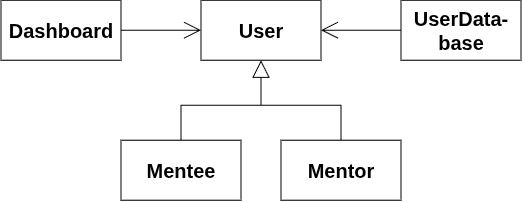
Before: docs/M4/assets/diagram/diagram-uc01.png, a diagram exported from draw.io (RPL-24/IF2150-RPL). Source tidied: cells renumbered, new cells last; positions are measured from the earlier drawing's top-left corner, leaving out a move shared by most shapes. Source of this version:
```xml
<mxGraphModel>
  <root>
    <mxCell id="0" />
    <mxCell id="1" parent="0" />
    <mxCell id="2" value="&lt;b&gt;&lt;font style=&quot;font-size: 20px;&quot;&gt;User&lt;/font&gt;&lt;/b&gt;" style="rounded=0;whiteSpace=wrap;html=1;" parent="1" vertex="1">
      <mxGeometry x="200" width="120" height="60" as="geometry" />
    </mxCell>
    <mxCell id="3" style="edgeStyle=orthogonalEdgeStyle;rounded=0;jettySize=auto;html=1;entryX=0.5;entryY=1;entryDx=0;entryDy=0;endArrow=block;endFill=0;startSize=14;endSize=15;" parent="1" edge="1" source="4" target="2">
      <mxGeometry relative="1" as="geometry" />
    </mxCell>
    <mxCell id="4" value="&lt;b&gt;&lt;font style=&quot;font-size: 20px;&quot;&gt;Mentee&lt;/font&gt;&lt;/b&gt;" style="rounded=0;whiteSpace=wrap;html=1;" parent="1" vertex="1">
      <mxGeometry x="120" y="140" width="120" height="60" as="geometry" />
    </mxCell>
    <mxCell id="5" value="&lt;b&gt;&lt;font style=&quot;font-size: 20px;&quot;&gt;Mentor&lt;/font&gt;&lt;/b&gt;" style="rounded=0;whiteSpace=wrap;html=1;" parent="1" vertex="1">
      <mxGeometry x="280" y="140" width="120" height="60" as="geometry" />
    </mxCell>
    <mxCell id="6" style="edgeStyle=orthogonalEdgeStyle;rounded=0;jettySize=auto;html=1;entryX=0.5;entryY=1;entryDx=0;entryDy=0;endArrow=block;endFill=0;startSize=14;endSize=15;exitX=0.5;exitY=0;exitDx=0;exitDy=0;" parent="1" edge="1" source="5" target="2">
      <mxGeometry relative="1" as="geometry" />
    </mxCell>
    <mxCell id="7" value="&lt;b&gt;&lt;font style=&quot;font-size: 20px;&quot;&gt;UserData-base&lt;/font&gt;&lt;/b&gt;" style="rounded=0;whiteSpace=wrap;html=1;" parent="1" vertex="1">
      <mxGeometry x="400" width="120" height="60" as="geometry" />
    </mxCell>
    <mxCell id="8" value="&lt;b&gt;&lt;font style=&quot;font-size: 20px;&quot;&gt;Dashboard&lt;/font&gt;&lt;/b&gt;" style="rounded=0;whiteSpace=wrap;html=1;" parent="1" vertex="1">
      <mxGeometry width="120" height="60" as="geometry" />
    </mxCell>
    <mxCell id="9" style="edgeStyle=orthogonalEdgeStyle;rounded=0;jettySize=auto;html=1;endArrow=open;endFill=0;startSize=14;endSize=15;exitX=0;exitY=0.5;exitDx=0;exitDy=0;entryX=1;entryY=0.5;entryDx=0;entryDy=0;" parent="1" edge="1" source="7" target="2">
      <mxGeometry relative="1" as="geometry" />
    </mxCell>
    <mxCell id="10" style="edgeStyle=orthogonalEdgeStyle;rounded=0;jettySize=auto;html=1;endArrow=open;endFill=0;startSize=14;endSize=15;entryX=0;entryY=0.5;entryDx=0;entryDy=0;exitX=1;exitY=0.5;exitDx=0;exitDy=0;" parent="1" edge="1" source="8" target="2">
      <mxGeometry relative="1" as="geometry" />
    </mxCell>
  </root>
</mxGraphModel>
```
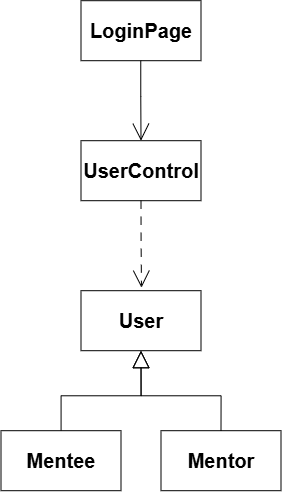
After the change.

Commit message:
docs: fixed missing and wrong id UC for classes, updated CD01

The edit, as a diff of the source:
```diff
@@ -17,17 +17,19 @@
     <mxCell id="6" style="edgeStyle=orthogonalEdgeStyle;rounded=0;jettySize=auto;html=1;entryX=0.5;entryY=1;entryDx=0;entryDy=0;endArrow=block;endFill=0;startSize=14;endSize=15;exitX=0.5;exitY=0;exitDx=0;exitDy=0;" parent="1" edge="1" source="5" target="2">
       <mxGeometry relative="1" as="geometry" />
     </mxCell>
-    <mxCell id="7" value="&lt;b&gt;&lt;font style=&quot;font-size: 20px;&quot;&gt;UserData-base&lt;/font&gt;&lt;/b&gt;" style="rounded=0;whiteSpace=wrap;html=1;" parent="1" vertex="1">
-      <mxGeometry x="400" width="120" height="60" as="geometry" />
-    </mxCell>
-    <mxCell id="8" value="&lt;b&gt;&lt;font style=&quot;font-size: 20px;&quot;&gt;Dashboard&lt;/font&gt;&lt;/b&gt;" style="rounded=0;whiteSpace=wrap;html=1;" parent="1" vertex="1">
-      <mxGeometry width="120" height="60" as="geometry" />
-    </mxCell>
-    <mxCell id="9" style="edgeStyle=orthogonalEdgeStyle;rounded=0;jettySize=auto;html=1;endArrow=open;endFill=0;startSize=14;endSize=15;exitX=0;exitY=0.5;exitDx=0;exitDy=0;entryX=1;entryY=0.5;entryDx=0;entryDy=0;" parent="1" edge="1" source="7" target="2">
-      <mxGeometry relative="1" as="geometry" />
-    </mxCell>
-    <mxCell id="10" style="edgeStyle=orthogonalEdgeStyle;rounded=0;jettySize=auto;html=1;endArrow=open;endFill=0;startSize=14;endSize=15;entryX=0;entryY=0.5;entryDx=0;entryDy=0;exitX=1;exitY=0.5;exitDx=0;exitDy=0;" parent="1" edge="1" source="8" target="2">
-      <mxGeometry relative="1" as="geometry" />
-    </mxCell>
+    <mxCell id="11" value="&lt;b&gt;&lt;font style=&quot;font-size: 20px;&quot;&gt;UserControl&lt;/font&gt;&lt;/b&gt;" style="rounded=0;whiteSpace=wrap;html=1;" parent="1" vertex="1">
+      <mxGeometry x="200" y="-150" width="120" height="60" as="geometry" />
+    </mxCell>
+    <mxCell id="12" value="&lt;b&gt;&lt;font style=&quot;font-size: 20px;&quot;&gt;LoginPage&lt;/font&gt;&lt;/b&gt;" style="rounded=0;whiteSpace=wrap;html=1;" parent="1" vertex="1">
+      <mxGeometry x="200" y="-290" width="120" height="60" as="geometry" />
+    </mxCell>
+    <mxCell id="13" style="edgeStyle=orthogonalEdgeStyle;rounded=0;jettySize=auto;html=1;endArrow=open;endFill=0;startSize=14;endSize=15;exitX=0.5;exitY=1;exitDx=0;exitDy=0;dashed=1;dashPattern=8 8;entryX=0.504;entryY=-0.051;entryDx=0;entryDy=0;entryPerimeter=0;" parent="1" edge="1" source="11" target="2">
+      <mxGeometry relative="1" as="geometry" />
+    </mxCell>
+    <mxCell id="14" style="edgeStyle=orthogonalEdgeStyle;rounded=0;jettySize=auto;html=1;endArrow=open;endFill=0;startSize=14;endSize=15;exitX=0.5;exitY=1;exitDx=0;exitDy=0;entryX=0.5;entryY=0;entryDx=0;entryDy=0;" parent="1" edge="1" target="11">
+      <mxGeometry relative="1" as="geometry">
+        <mxPoint x="259.8" y="-230" as="sourcePoint" />
+      </mxGeometry>
+    </mxCell>
   </root>
 </mxGraphModel>
```
